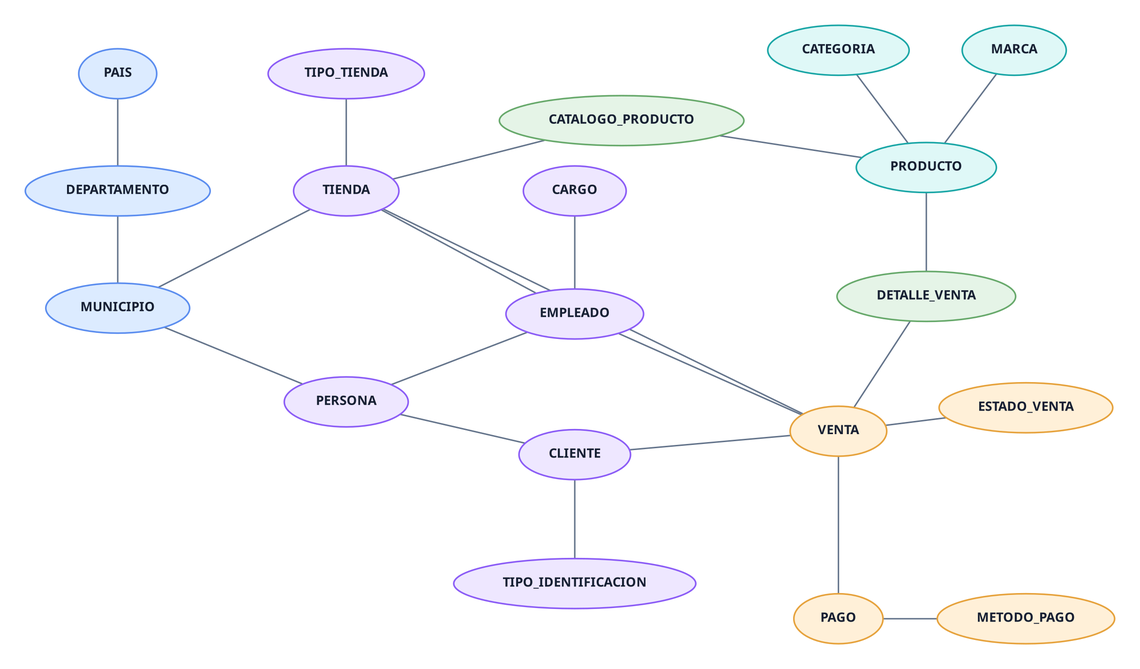
ricardious/SBD1_2S2026 keeps this Graphviz diagram as Proyecto 1/modelos/modelo_conceptual.png. Above is the earlier version. Its source is kept beside it as Proyecto 1/modelos/modelo_conceptual.dot.
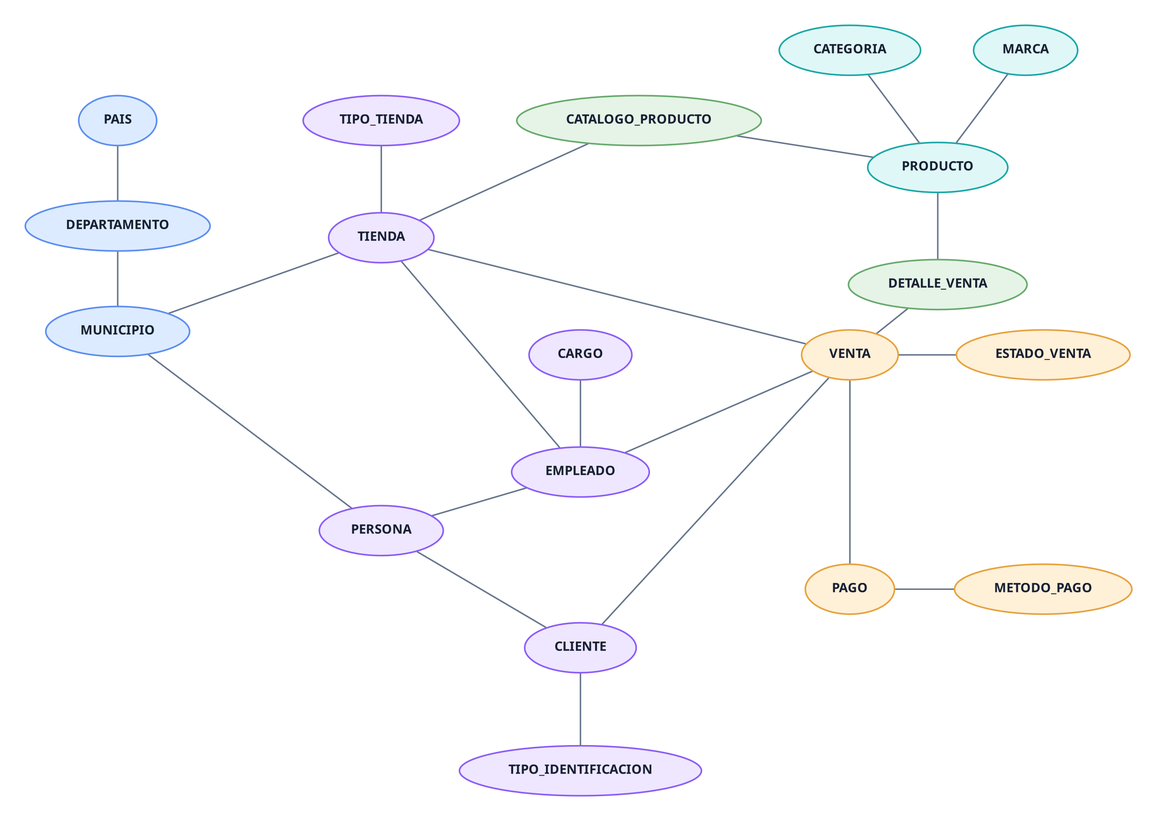
The same file after the commit.

Commit message:
fix(modelo): eliminar cruces del conceptual

What changed in the source:
```diff
@@ -25,28 +25,28 @@
     penwidth=1.25
   ];
 
-  PAIS [pos="75,690!", fillcolor="#DCEBFF", color="#5B8DEF"];
-  DEPARTAMENTO [pos="75,590!", fillcolor="#DCEBFF", color="#5B8DEF"];
-  MUNICIPIO [pos="75,490!", fillcolor="#DCEBFF", color="#5B8DEF"];
+  PAIS [pos="75,700!", fillcolor="#DCEBFF", color="#5B8DEF"];
+  DEPARTAMENTO [pos="75,610!", fillcolor="#DCEBFF", color="#5B8DEF"];
+  MUNICIPIO [pos="75,520!", fillcolor="#DCEBFF", color="#5B8DEF"];
 
-  TIPO_TIENDA [pos="270,690!", fillcolor="#EEE7FF", color="#8B5CF6"];
-  TIENDA [pos="270,590!", fillcolor="#EEE7FF", color="#8B5CF6"];
-  PERSONA [pos="270,410!", fillcolor="#EEE7FF", color="#8B5CF6"];
-  EMPLEADO [pos="465,485!", fillcolor="#EEE7FF", color="#8B5CF6"];
-  CLIENTE [pos="465,365!", fillcolor="#EEE7FF", color="#8B5CF6"];
-  CARGO [pos="465,590!", fillcolor="#EEE7FF", color="#8B5CF6"];
-  TIPO_IDENTIFICACION [pos="465,255!", fillcolor="#EEE7FF", color="#8B5CF6"];
+  TIPO_TIENDA [pos="300,700!", fillcolor="#EEE7FF", color="#8B5CF6"];
+  TIENDA [pos="300,600!", fillcolor="#EEE7FF", color="#8B5CF6"];
+  PERSONA [pos="300,350!", fillcolor="#EEE7FF", color="#8B5CF6"];
+  EMPLEADO [pos="470,400!", fillcolor="#EEE7FF", color="#8B5CF6"];
+  CLIENTE [pos="470,250!", fillcolor="#EEE7FF", color="#8B5CF6"];
+  CARGO [pos="470,500!", fillcolor="#EEE7FF", color="#8B5CF6"];
+  TIPO_IDENTIFICACION [pos="470,145!", fillcolor="#EEE7FF", color="#8B5CF6"];
 
-  CATEGORIA [pos="690,710!", fillcolor="#DFF8F7", color="#1AA6A6"];
-  MARCA [pos="840,710!", fillcolor="#DFF8F7", color="#1AA6A6"];
-  PRODUCTO [pos="765,610!", fillcolor="#DFF8F7", color="#1AA6A6"];
-  CATALOGO_PRODUCTO [pos="505,650!", fillcolor="#E5F4E7", color="#67A96B"];
+  CATEGORIA [pos="700,760!", fillcolor="#DFF8F7", color="#1AA6A6"];
+  MARCA [pos="850,760!", fillcolor="#DFF8F7", color="#1AA6A6"];
+  PRODUCTO [pos="775,660!", fillcolor="#DFF8F7", color="#1AA6A6"];
+  CATALOGO_PRODUCTO [pos="520,700!", fillcolor="#E5F4E7", color="#67A96B"];
 
-  DETALLE_VENTA [pos="765,500!", fillcolor="#E5F4E7", color="#67A96B"];
-  VENTA [pos="690,385!", fillcolor="#FFF0D8", color="#E6A23C"];
-  ESTADO_VENTA [pos="850,405!", fillcolor="#FFF0D8", color="#E6A23C"];
-  PAGO [pos="690,225!", fillcolor="#FFF0D8", color="#E6A23C"];
-  METODO_PAGO [pos="850,225!", fillcolor="#FFF0D8", color="#E6A23C"];
+  DETALLE_VENTA [pos="775,560!", fillcolor="#E5F4E7", color="#67A96B"];
+  VENTA [pos="700,500!", fillcolor="#FFF0D8", color="#E6A23C"];
+  ESTADO_VENTA [pos="865,500!", fillcolor="#FFF0D8", color="#E6A23C"];
+  PAGO [pos="700,300!", fillcolor="#FFF0D8", color="#E6A23C"];
+  METODO_PAGO [pos="865,300!", fillcolor="#FFF0D8", color="#E6A23C"];
 
   PAIS -- DEPARTAMENTO;
   DEPARTAMENTO -- MUNICIPIO;
```
